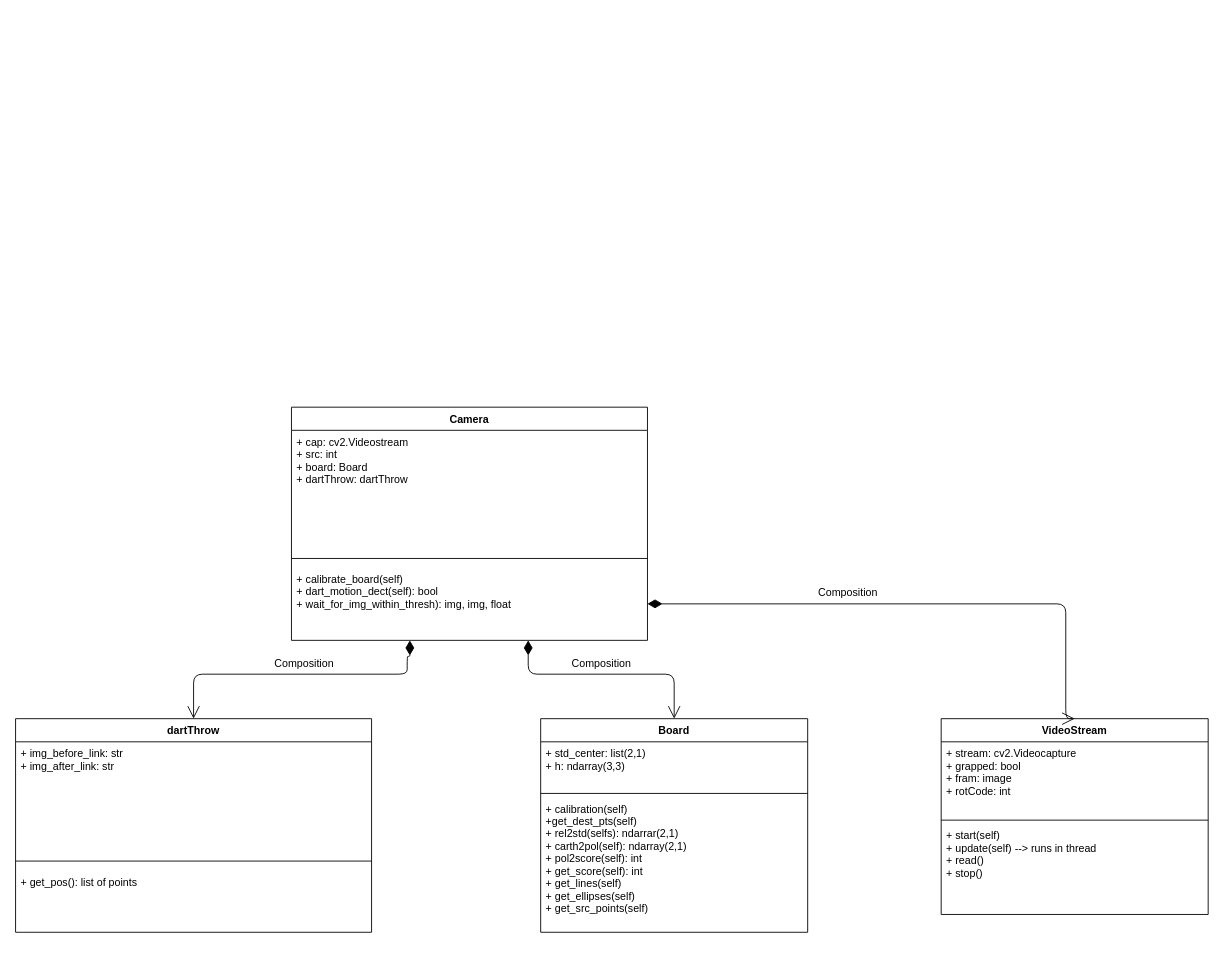
The draw.io diagram page "Class diagram UML" (2 of 2) of dart_project.drawio in j0j0i996/dart-vader-detection, before the edit. Source tidied: cells renumbered, new cells numbered last; positions are measured from the earlier drawing's top-left corner, leaving out a move shared by most shapes. Both pictures are drawn from the tidied source at 89%, with x=0, y=0 at pixel (15, 407).
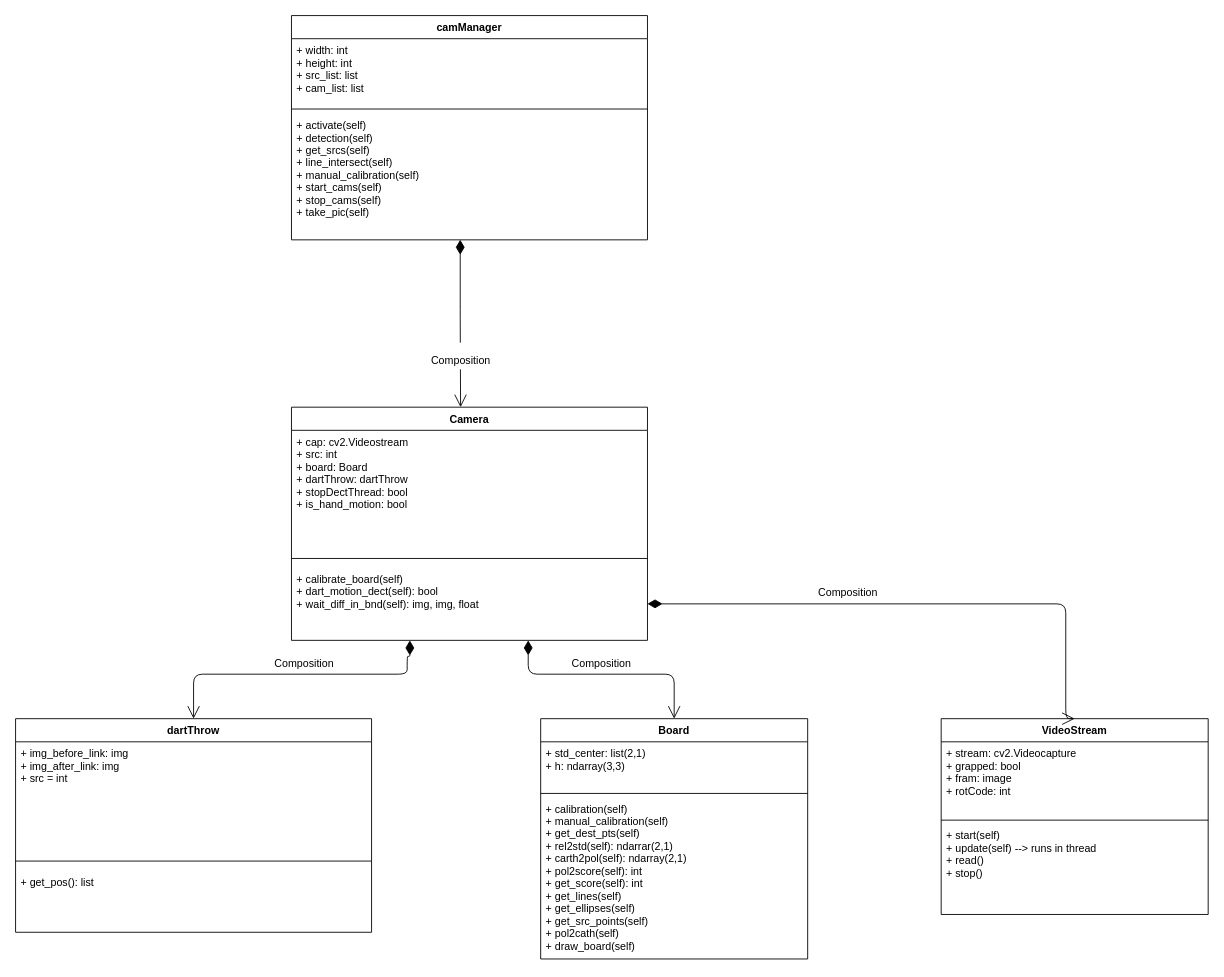
After the change.

The change refers to these unchanged cells:
```xml
<mxCell id="2" value="dartThrow" style="swimlane;fontStyle=1;align=center;verticalAlign=top;horizontal=1;startSize=26;" parent="1" vertex="1">
  <mxGeometry y="350" width="400" height="240" as="geometry" />
</mxCell>
<mxCell id="6" value="Camera" style="swimlane;fontStyle=1;align=center;verticalAlign=top;horizontal=1;startSize=26;" parent="1" vertex="1">
  <mxGeometry x="310" width="400" height="262" as="geometry" />
</mxCell>
```

What changed in the source:
```diff
@@
-    <mxCell id="3" value="+ img_before_link: str&#10;+ img_after_link: str" style="text;strokeColor=none;fillColor=none;align=left;verticalAlign=top;spacingLeft=4;spacingRight=4;overflow=hidden;" parent="2" vertex="1">
+    <mxCell id="3" value="+ img_before_link: img&#10;+ img_after_link: img&#10;+ src = int" style="text;strokeColor=none;fillColor=none;align=left;verticalAlign=top;spacingLeft=4;spacingRight=4;overflow=hidden;" parent="2" vertex="1">
       <mxGeometry y="26" width="400" height="124" as="geometry" />
     </mxCell>
@@
-    <mxCell id="5" value="+ get_pos(): list of points" style="text;strokeColor=none;fillColor=none;align=left;verticalAlign=top;spacingLeft=4;spacingRight=4;overflow=hidden;" parent="2" vertex="1">
+    <mxCell id="5" value="+ get_pos(): list" style="text;strokeColor=none;fillColor=none;align=left;verticalAlign=top;spacingLeft=4;spacingRight=4;overflow=hidden;" parent="2" vertex="1">
       <mxGeometry y="170" width="400" height="70" as="geometry" />
     </mxCell>
@@
-    <mxCell id="7" value="+ cap: cv2.Videostream&#10;+ src: int&#10;+ board: Board&#10;+ dartThrow: dartThrow" style="text;strokeColor=none;fillColor=none;align=left;verticalAlign=top;spacingLeft=4;spacingRight=4;overflow=hidden;" parent="6" vertex="1">
+    <mxCell id="7" value="+ cap: cv2.Videostream&#10;+ src: int&#10;+ board: Board&#10;+ dartThrow: dartThrow&#10;+ stopDectThread: bool&#10;+ is_hand_motion: bool" style="text;strokeColor=none;fillColor=none;align=left;verticalAlign=top;spacingLeft=4;spacingRight=4;overflow=hidden;" parent="6" vertex="1">
       <mxGeometry y="26" width="400" height="134" as="geometry" />
     </mxCell>
@@
-    <mxCell id="9" value="+ calibrate_board(self)&#10;+ dart_motion_dect(self): bool&#10;+ wait_for_img_within_thresh): img, img, float" style="text;strokeColor=none;fillColor=none;align=left;verticalAlign=top;spacingLeft=4;spacingRight=4;overflow=hidden;points=[[0,0.5],[1,0.5]];portConstraint=eastwest;" parent="6" vertex="1">
+    <mxCell id="9" value="+ calibrate_board(self)&#10;+ dart_motion_dect(self): bool&#10;+ wait_diff_in_bnd(self): img, img, float" style="text;strokeColor=none;fillColor=none;align=left;verticalAlign=top;spacingLeft=4;spacingRight=4;overflow=hidden;points=[[0,0.5],[1,0.5]];portConstraint=eastwest;" parent="6" vertex="1">
       <mxGeometry y="180" width="400" height="82" as="geometry" />
     </mxCell>
     <mxCell id="10" value="Board" style="swimlane;fontStyle=1;align=center;verticalAlign=top;horizontal=1;startSize=26;" parent="1" vertex="1">
-      <mxGeometry x="590" y="350" width="300" height="240" as="geometry" />
+      <mxGeometry x="590" y="350" width="300" height="270" as="geometry" />
     </mxCell>
@@
-    <mxCell id="13" value="+ calibration(self)&#10;+get_dest_pts(self)&#10;+ rel2std(selfs): ndarrar(2,1)&#10;+ carth2pol(self): ndarray(2,1)&#10;+ pol2score(self): int&#10;+ get_score(self): int&#10;+ get_lines(self)&#10;+ get_ellipses(self)&#10;+ get_src_points(self)" style="text;strokeColor=none;fillColor=none;align=left;verticalAlign=top;spacingLeft=4;spacingRight=4;overflow=hidden;" parent="10" vertex="1">
-      <mxGeometry y="88" width="300" height="152" as="geometry" />
+    <mxCell id="13" value="+ calibration(self)&#10;+ manual_calibration(self)&#10;+ get_dest_pts(self)&#10;+ rel2std(self): ndarrar(2,1)&#10;+ carth2pol(self): ndarray(2,1)&#10;+ pol2score(self): int&#10;+ get_score(self): int&#10;+ get_lines(self)&#10;+ get_ellipses(self)&#10;+ get_src_points(self)&#10;+ pol2cath(self)&#10;+ draw_board(self)" style="text;strokeColor=none;fillColor=none;align=left;verticalAlign=top;spacingLeft=4;spacingRight=4;overflow=hidden;" parent="10" vertex="1">
+      <mxGeometry y="88" width="300" height="182" as="geometry" />
     </mxCell>
@@
+    <mxCell id="21" value="camManager" style="swimlane;fontStyle=1;align=center;verticalAlign=top;horizontal=1;startSize=26;" parent="1" vertex="1">
+      <mxGeometry x="310" y="-440" width="400" height="252" as="geometry" />
+    </mxCell>
+    <mxCell id="22" value="+ width: int&#10;+ height: int&#10;+ src_list: list&#10;+ cam_list: list" style="text;strokeColor=none;fillColor=none;align=left;verticalAlign=top;spacingLeft=4;spacingRight=4;overflow=hidden;" parent="21" vertex="1">
+      <mxGeometry y="26" width="400" height="74" as="geometry" />
+    </mxCell>
+    <mxCell id="23" style="line;strokeWidth=1;fillColor=none;align=left;verticalAlign=middle;spacingTop=-1;spacingLeft=3;spacingRight=3;labelPosition=right;" parent="21" vertex="1">
+      <mxGeometry y="100" width="400" height="10" as="geometry" />
+    </mxCell>
+    <mxCell id="24" value="+ activate(self)&#10;+ detection(self)&#10;+ get_srcs(self)&#10;+ line_intersect(self)&#10;+ manual_calibration(self)&#10;+ start_cams(self)&#10;+ stop_cams(self)&#10;+ take_pic(self)" style="text;strokeColor=none;fillColor=none;align=left;verticalAlign=top;spacingLeft=4;spacingRight=4;overflow=hidden;points=[[0,0.5],[1,0.5]];portConstraint=eastwest;" parent="21" vertex="1">
+      <mxGeometry y="110" width="400" height="142" as="geometry" />
+    </mxCell>
+    <mxCell id="25" value="&lt;font style=&quot;font-size: 12px ; line-height: 100%&quot;&gt;Composition&lt;/font&gt;" style="endArrow=open;html=1;endSize=12;startArrow=diamondThin;startSize=14;startFill=1;edgeStyle=orthogonalEdgeStyle;align=center;verticalAlign=bottom;fontSize=25;exitX=0.474;exitY=0.999;exitDx=0;exitDy=0;exitPerimeter=0;" parent="1" edge="1" source="24">
+      <mxGeometry x="0.57" relative="1" as="geometry">
+        <mxPoint x="500" as="targetPoint" />
+        <Array as="points">
+          <mxPoint x="500" y="-100" />
+          <mxPoint x="500" y="-100" />
+        </Array>
+      </mxGeometry>
+    </mxCell>
```
